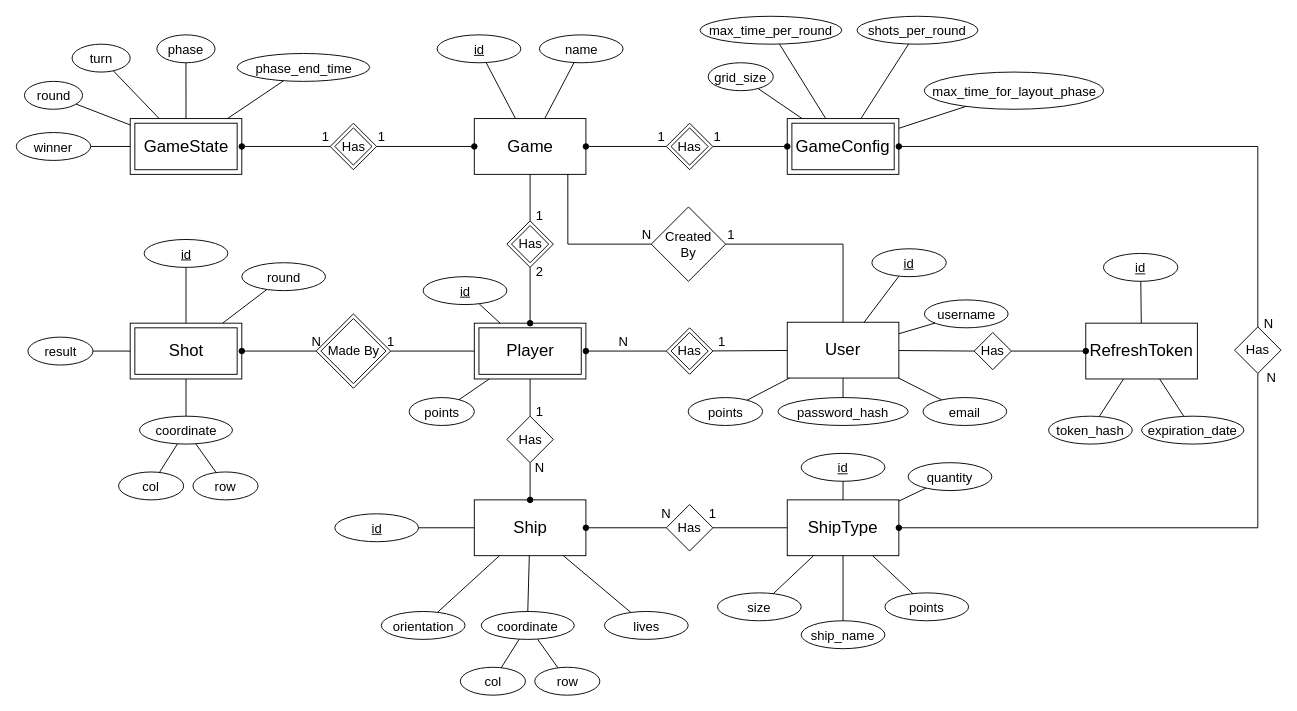
Before: page "er-diagram" (1 of 2) of docs/diagrams/battleships-diagrams.drawio in bodybuilders-team/battleships-web, a draw.io diagram. Source tidied: cells renumbered, new cells numbered last; positions are measured from the earlier drawing's top-left corner, leaving out a move shared by most shapes. Both pictures are drawn from the tidied source at 93%, with x=0, y=0 at pixel (16, 16).
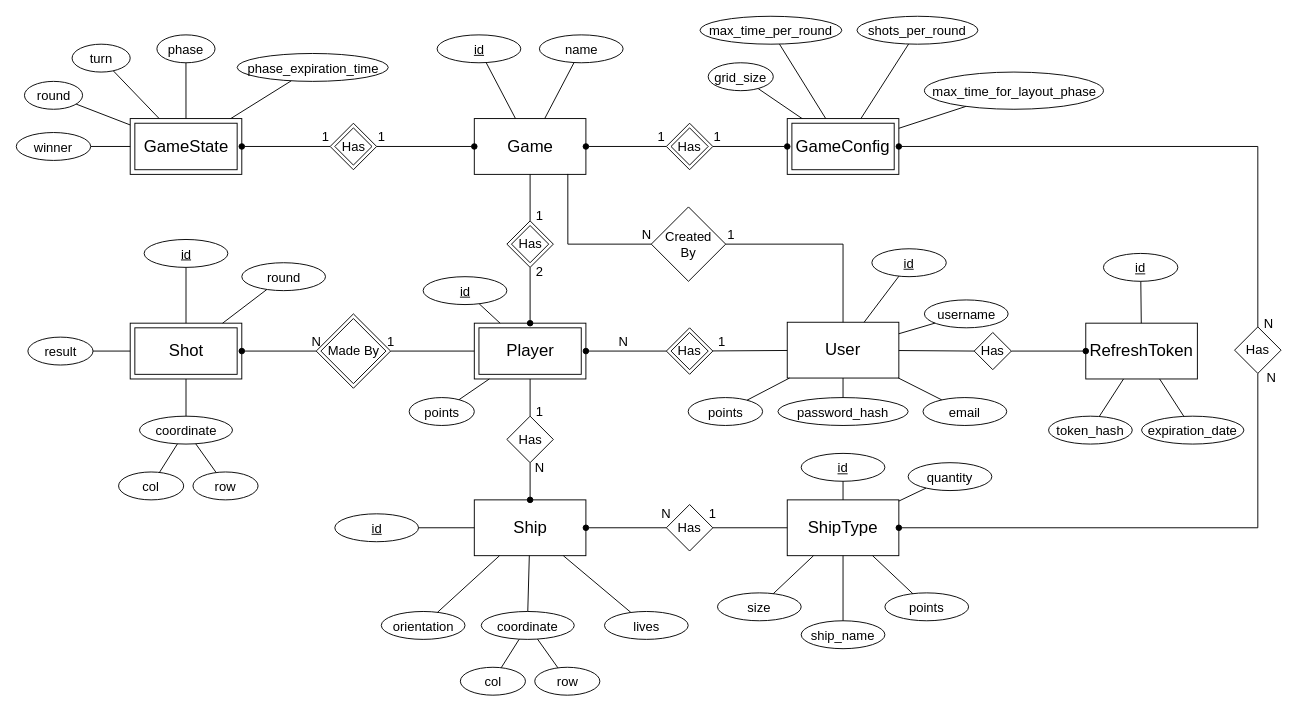
After the change.

What changed in the source:
```diff
@@
-    <mxCell id="128" value="&lt;span style=&quot;font-size: 14px&quot;&gt;phase_end_time&lt;/span&gt;" style="ellipse;whiteSpace=wrap;html=1;fontSize=18;" parent="1" vertex="1">
-      <mxGeometry x="237.5" y="40" width="142.5" height="30" as="geometry" />
+    <mxCell id="128" value="&lt;span style=&quot;font-size: 14px&quot;&gt;phase_expiration_time&lt;/span&gt;" style="ellipse;whiteSpace=wrap;html=1;fontSize=18;" parent="1" vertex="1">
+      <mxGeometry x="237.5" y="40" width="162.5" height="30" as="geometry" />
     </mxCell>
```
